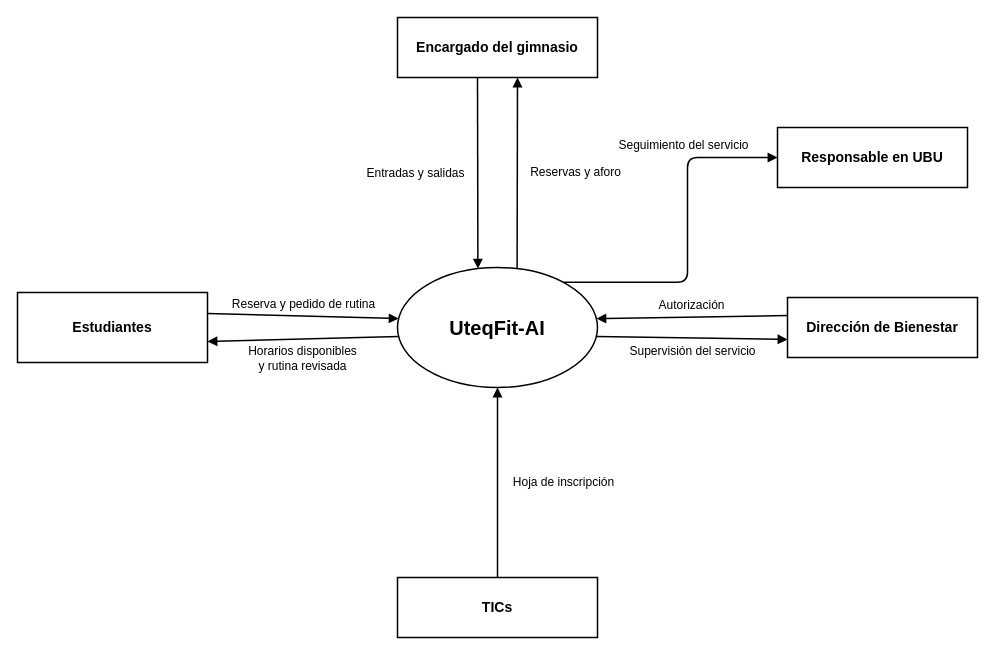
AlanAldasZam/UteqFit-AI keeps this draw.io diagram as PFC/E1/modelos/diagrama_contexto.drawio. Above is the earlier version. Source tidied: cells renumbered, new cells numbered last; positions are measured from the earlier drawing's top-left corner, leaving out a move shared by most shapes. Both pictures are drawn from the tidied source at 100%, with x=0, y=0 at pixel (17, 17).
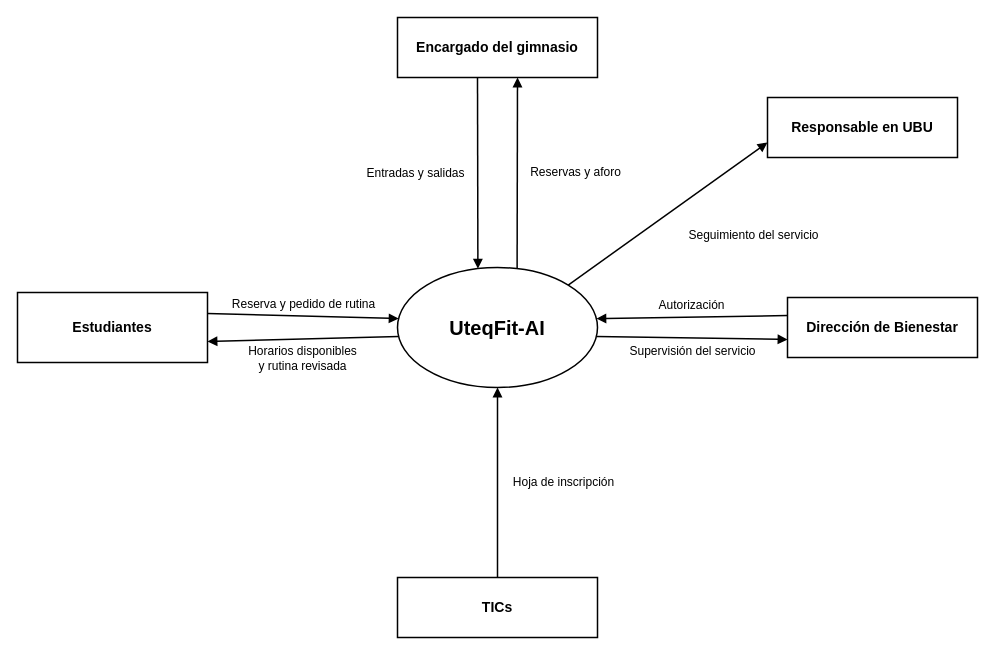
The same diagram, later.

Commit message (it also covers changes not shown here):
Ajuste del diagrama

The change refers to these unchanged cells:
```xml
<mxCell id="2" value="&lt;b&gt;UteqFit-AI&lt;/b&gt;" style="ellipse;whiteSpace=wrap;html=1;fillColor=#ffffff;strokeColor=#000000;fontColor=#000000;strokeWidth=1.5;fontSize=20;fontFamily=Helvetica;" parent="1" vertex="1">
  <mxGeometry x="380" y="250" width="200" height="120" as="geometry" />
</mxCell>
```

What changed in the source:
```diff
@@
     <mxCell id="5" value="&lt;b&gt;Responsable en UBU&lt;/b&gt;" style="rounded=0;whiteSpace=wrap;html=1;fillColor=#ffffff;strokeColor=#000000;strokeWidth=1.5;fontSize=14;fontFamily=Helvetica;" parent="1" vertex="1">
-      <mxGeometry x="760" y="110" width="190" height="60" as="geometry" />
+      <mxGeometry x="750" y="80" width="190" height="60" as="geometry" />
     </mxCell>
@@
-    <mxCell id="12" value="Seguimiento del servicio" style="endArrow=block;endFill=1;html=1;strokeWidth=1.5;strokeColor=#000000;fontSize=12;fontColor=#000000;labelBackgroundColor=none;edgeStyle=orthogonalEdgeStyle;rounded=1;exitX=0.85;exitY=0.1;exitDx=0;exitDy=0;entryX=0;entryY=0.5;entryDx=0;entryDy=0;" parent="1" edge="1" source="2" target="5">
-      <mxGeometry x="0.62" relative="1" as="geometry">
-        <mxPoint x="-30" y="-12" as="offset" />
+    <mxCell id="12" value="Seguimiento del servicio" style="endArrow=block;endFill=1;html=1;strokeWidth=1.5;strokeColor=#000000;fontSize=12;fontColor=#000000;labelBackgroundColor=none;exitX=0.85;exitY=0.15;exitDx=0;exitDy=0;entryX=0;entryY=0.75;entryDx=0;entryDy=0;" parent="1" edge="1" source="2" target="5">
+      <mxGeometry relative="1" as="geometry">
+        <mxPoint x="85" y="22" as="offset" />
       </mxGeometry>
     </mxCell>
```
